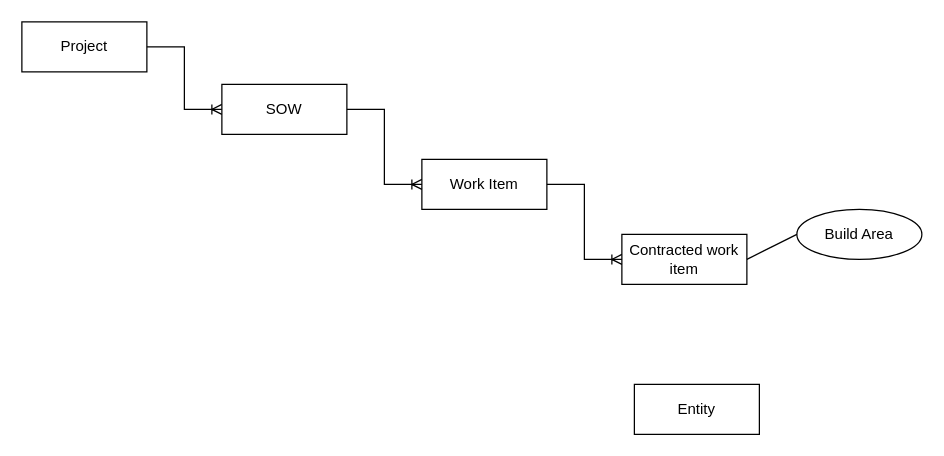
This is LogicalDataModel.drawio from ScubaSteveInAus/BuildFlow, a draw.io file, before an edit. Source tidied: cells renumbered, new cells numbered last; positions are measured from the earlier drawing's top-left corner, leaving out a move shared by most shapes. Both pictures are drawn from the tidied source at 125%, with x=0, y=0 at pixel (21, 21).
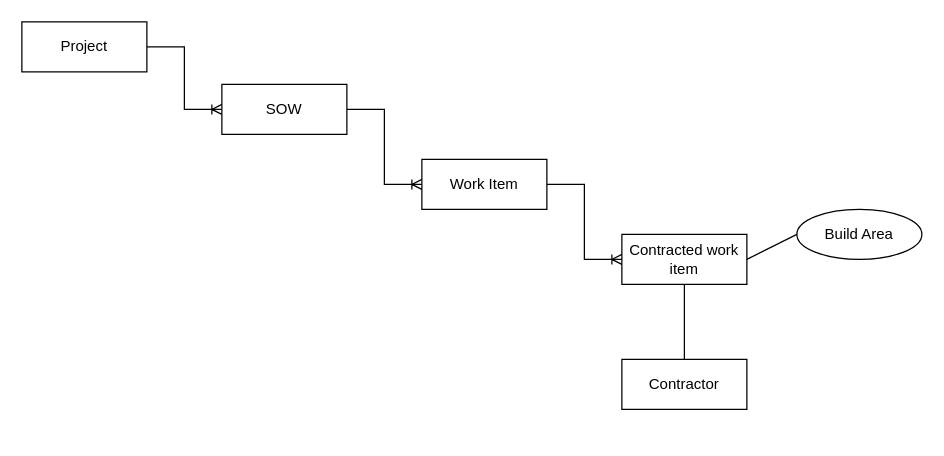
Above is the later version.

Change to the diagram source:
```diff
@@
 <mxGraphModel>
   <root>
     <mxCell id="0" />
     <mxCell id="1" parent="0" />
     <mxCell id="2" value="Contracted work item" style="whiteSpace=wrap;html=1;align=center;" parent="1" vertex="1">
       <mxGeometry x="480" y="170" width="100" height="40" as="geometry" />
     </mxCell>
     <mxCell id="3" value="Project" style="whiteSpace=wrap;html=1;align=center;" parent="1" vertex="1">
       <mxGeometry width="100" height="40" as="geometry" />
     </mxCell>
     <mxCell id="4" style="edgeStyle=entityRelationEdgeStyle;fontSize=12;html=1;endArrow=ERoneToMany;rounded=0;entryX=0;entryY=0.5;entryDx=0;entryDy=0;" parent="1" edge="1" target="5">
       <mxGeometry relative="1" as="geometry">
         <mxPoint x="100" y="20" as="sourcePoint" />
       </mxGeometry>
     </mxCell>
     <mxCell id="5" value="SOW" style="whiteSpace=wrap;html=1;align=center;" parent="1" vertex="1">
       <mxGeometry x="160" y="50" width="100" height="40" as="geometry" />
     </mxCell>
     <mxCell id="6" value="Work Item" style="whiteSpace=wrap;html=1;align=center;" parent="1" vertex="1">
       <mxGeometry x="320" y="110" width="100" height="40" as="geometry" />
     </mxCell>
     <mxCell id="7" style="edgeStyle=entityRelationEdgeStyle;fontSize=12;html=1;endArrow=ERoneToMany;rounded=0;" parent="1" edge="1" source="5" target="6">
       <mxGeometry relative="1" as="geometry" />
     </mxCell>
     <mxCell id="8" style="edgeStyle=entityRelationEdgeStyle;fontSize=12;html=1;endArrow=ERoneToMany;rounded=0;entryX=0;entryY=0.5;entryDx=0;entryDy=0;exitX=1;exitY=0.5;exitDx=0;exitDy=0;" parent="1" edge="1" source="6" target="2">
       <mxGeometry relative="1" as="geometry" />
     </mxCell>
-    <mxCell id="9" value="Entity" style="whiteSpace=wrap;html=1;align=center;" parent="1" vertex="1">
-      <mxGeometry x="490" y="290" width="100" height="40" as="geometry" />
+    <mxCell id="9" value="Contractor" style="whiteSpace=wrap;html=1;align=center;" parent="1" vertex="1">
+      <mxGeometry x="480" y="270" width="100" height="40" as="geometry" />
     </mxCell>
     <mxCell id="10" value="Build Area" style="ellipse;whiteSpace=wrap;html=1;align=center;" parent="1" vertex="1">
       <mxGeometry x="620" y="150" width="100" height="40" as="geometry" />
     </mxCell>
     <mxCell id="11" style="endArrow=none;html=1;rounded=0;entryX=0;entryY=0.5;entryDx=0;entryDy=0;exitX=1;exitY=0.5;exitDx=0;exitDy=0;" parent="1" edge="1" source="2" target="10">
       <mxGeometry relative="1" as="geometry" />
     </mxCell>
+    <mxCell id="12" style="endArrow=none;html=1;rounded=0;entryX=0.5;entryY=1;entryDx=0;entryDy=0;exitX=0.5;exitY=0;exitDx=0;exitDy=0;" parent="1" edge="1" source="9" target="2">
+      <mxGeometry relative="1" as="geometry" />
+    </mxCell>
   </root>
 </mxGraphModel>
```
